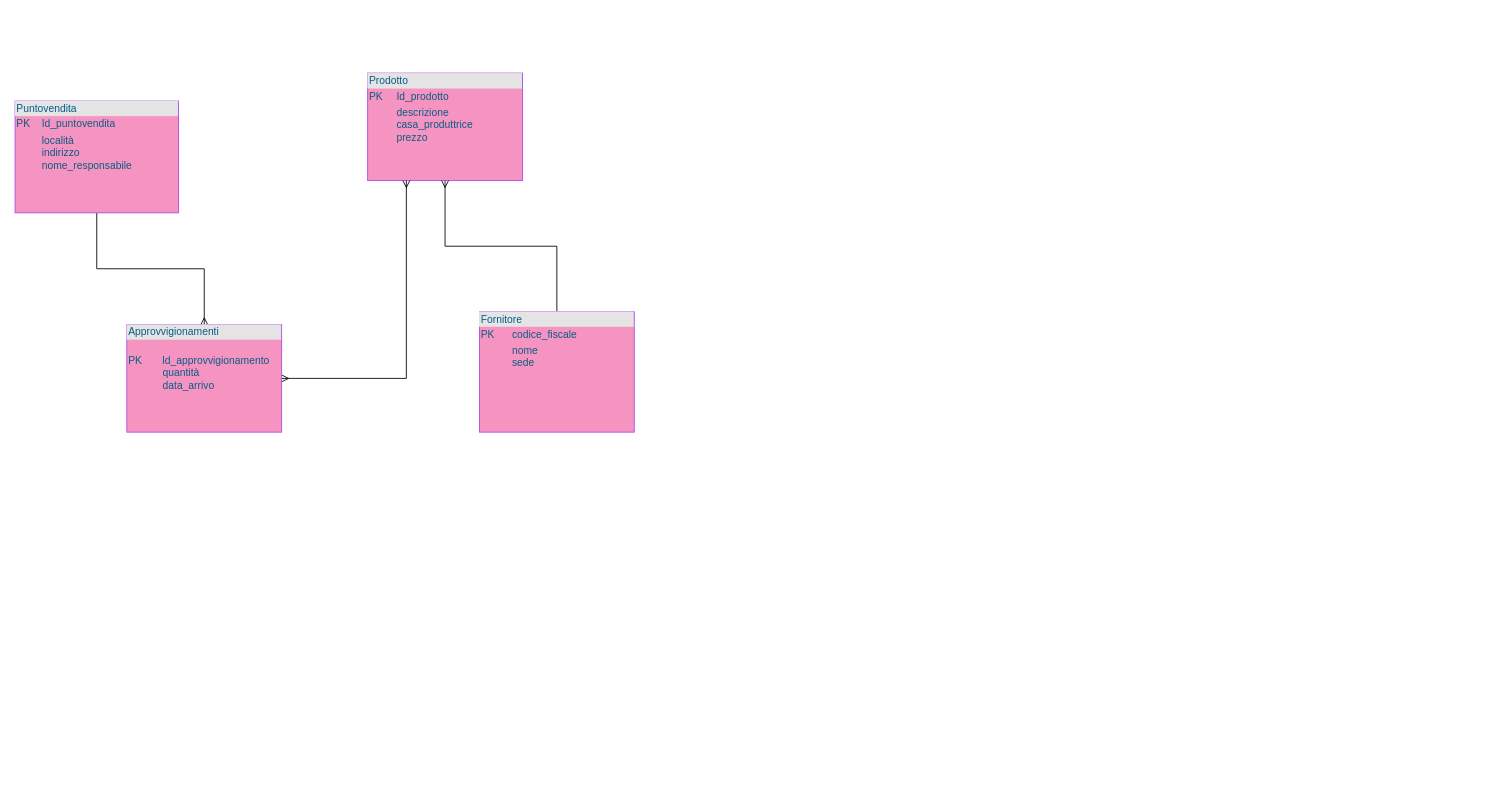
giadaventurini-pixel/vivailmelita keeps this draw.io diagram as supermercati.drawio. Above is the earlier version. Source tidied: cells renumbered, new cells numbered last; positions are measured from the earlier drawing's top-left corner, leaving out a move shared by most shapes. Both pictures are drawn from the tidied source at 86%, with x=0, y=0 at pixel (15, 73).
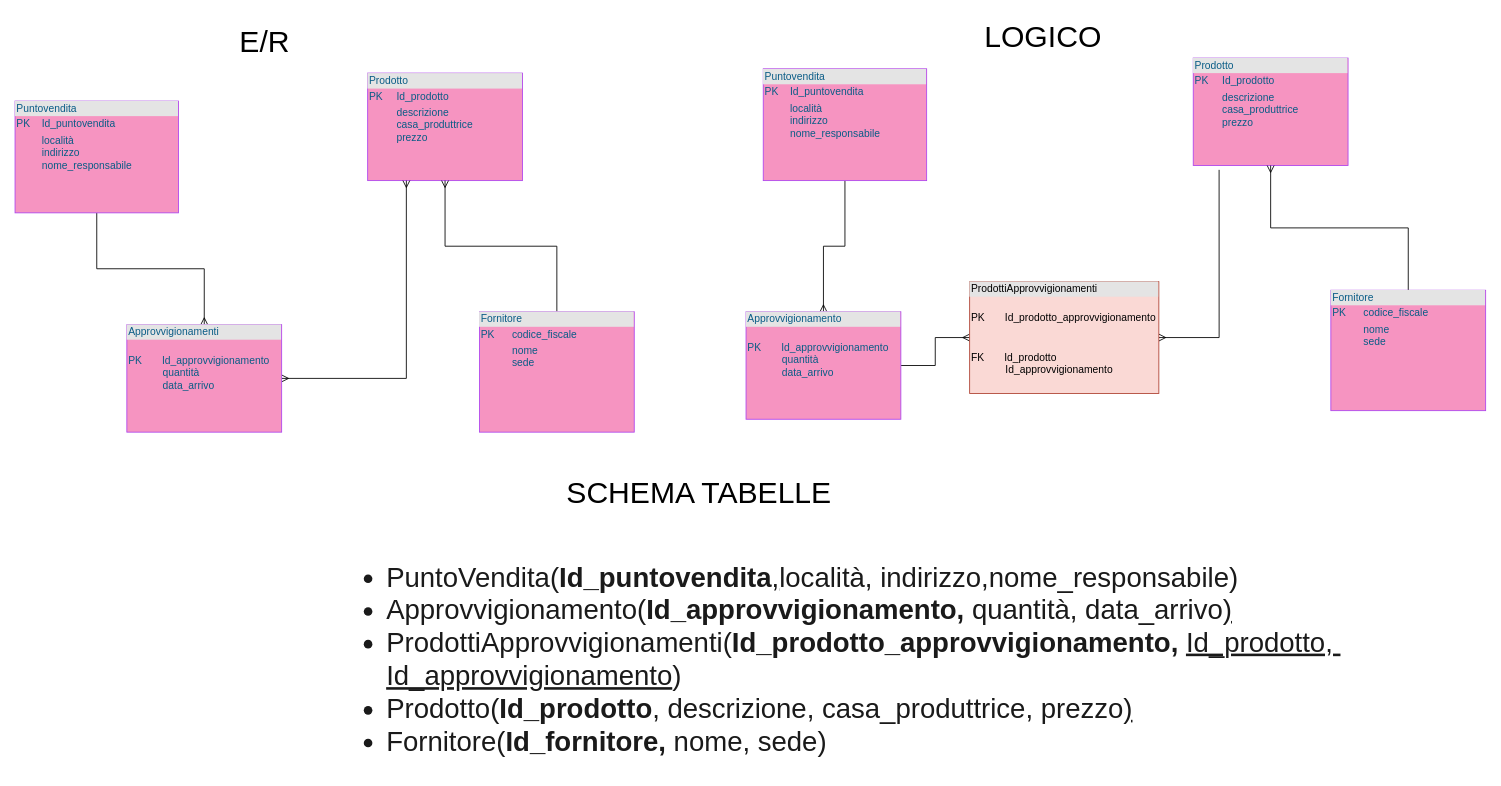
Above is the later version.

What changed in the source:
```diff
@@
+    <mxCell id="9" value="E/R" style="text;html=1;align=center;verticalAlign=middle;fontSize=35;" parent="1" vertex="1">
+      <mxGeometry x="255" y="-63" width="70" height="50" as="geometry" />
+    </mxCell>
+    <mxCell id="10" style="edgeStyle=orthogonalEdgeStyle;rounded=0;jettySize=auto;html=1;entryX=0.5;entryY=0;entryDx=0;entryDy=0;endArrow=ERmany;endFill=0;" parent="1" edge="1" source="11" target="16">
+      <mxGeometry relative="1" as="geometry" />
+    </mxCell>
+    <mxCell id="11" value="&lt;div style=&quot;box-sizing: border-box ; width: 100% ; background: #e4e4e4 ; padding: 2px&quot;&gt;Puntovendita&lt;/div&gt;&lt;table style=&quot;width: 100% ; font-size: 1em&quot; cellpadding=&quot;2&quot; cellspacing=&quot;0&quot;&gt;&lt;tbody&gt;&lt;tr&gt;&lt;td&gt;PK&lt;/td&gt;&lt;td&gt;Id_puntovendita&lt;br&gt;&lt;/td&gt;&lt;/tr&gt;&lt;tr&gt;&lt;td&gt;&lt;br&gt;&lt;/td&gt;&lt;td&gt;località&lt;br&gt;indirizzo&lt;br&gt;nome_responsabile&lt;br&gt;&lt;br&gt;&lt;br&gt;&lt;br&gt;&lt;br&gt;&lt;br&gt;&lt;br&gt;&lt;br&gt;&lt;/td&gt;&lt;/tr&gt;&lt;tr&gt;&lt;td&gt;&amp;nbsp;&lt;/td&gt;&lt;td&gt;&lt;br&gt;&lt;/td&gt;&lt;/tr&gt;&lt;/tbody&gt;&lt;/table&gt;" style="verticalAlign=top;align=left;overflow=fill;html=1;fillColor=#F694C1;strokeColor=#AF45ED;fontColor=#095C86;" parent="1" vertex="1">
+      <mxGeometry x="870" y="-5.5" width="190" height="130" as="geometry" />
+    </mxCell>
+    <mxCell id="12" value="&lt;div style=&quot;box-sizing: border-box ; width: 100% ; background: #e4e4e4 ; padding: 2px&quot;&gt;Prodotto&lt;/div&gt;&lt;table style=&quot;width: 100% ; font-size: 1em&quot; cellpadding=&quot;2&quot; cellspacing=&quot;0&quot;&gt;&lt;tbody&gt;&lt;tr&gt;&lt;td&gt;PK&lt;/td&gt;&lt;td&gt;Id_prodotto&lt;br&gt;&lt;/td&gt;&lt;/tr&gt;&lt;tr&gt;&lt;td&gt;&lt;br&gt;&lt;/td&gt;&lt;td&gt;descrizione&lt;br&gt;casa_produttrice&lt;br&gt;prezzo&lt;br&gt;&lt;br&gt;&lt;br&gt;&lt;/td&gt;&lt;/tr&gt;&lt;tr&gt;&lt;td&gt;&amp;nbsp;&lt;/td&gt;&lt;td&gt;&lt;br&gt;&lt;/td&gt;&lt;/tr&gt;&lt;/tbody&gt;&lt;/table&gt;" style="verticalAlign=top;align=left;overflow=fill;html=1;fillColor=#F694C1;strokeColor=#AF45ED;fontColor=#095C86;" parent="1" vertex="1">
+      <mxGeometry x="1370" y="-18" width="180" height="125" as="geometry" />
+    </mxCell>
+    <mxCell id="13" style="edgeStyle=orthogonalEdgeStyle;rounded=0;jettySize=auto;html=1;entryX=0.5;entryY=1;entryDx=0;entryDy=0;endArrow=ERmany;endFill=0;" parent="1" edge="1" source="14" target="12">
+      <mxGeometry relative="1" as="geometry" />
+    </mxCell>
+    <mxCell id="14" value="&lt;div style=&quot;box-sizing: border-box ; width: 100% ; background: #e4e4e4 ; padding: 2px&quot;&gt;Fornitore&lt;/div&gt;&lt;table style=&quot;width: 100% ; font-size: 1em&quot; cellpadding=&quot;2&quot; cellspacing=&quot;0&quot;&gt;&lt;tbody&gt;&lt;tr&gt;&lt;td&gt;PK&lt;/td&gt;&lt;td&gt;codice_fiscale&lt;br&gt;&lt;/td&gt;&lt;/tr&gt;&lt;tr&gt;&lt;td&gt;&lt;br&gt;&lt;/td&gt;&lt;td&gt;nome&lt;br&gt;sede&lt;br&gt;&lt;br&gt;&lt;br&gt;&lt;br&gt;&lt;/td&gt;&lt;/tr&gt;&lt;tr&gt;&lt;td&gt;&amp;nbsp;&lt;/td&gt;&lt;td&gt;&lt;br&gt;&lt;/td&gt;&lt;/tr&gt;&lt;/tbody&gt;&lt;/table&gt;" style="verticalAlign=top;align=left;overflow=fill;html=1;fillColor=#F694C1;strokeColor=#AF45ED;fontColor=#095C86;" parent="1" vertex="1">
+      <mxGeometry x="1530" y="252" width="180" height="140" as="geometry" />
+    </mxCell>
+    <mxCell id="15" style="edgeStyle=orthogonalEdgeStyle;rounded=0;jettySize=auto;html=1;entryX=0;entryY=0.5;entryDx=0;entryDy=0;startArrow=none;startFill=0;endArrow=ERmany;endFill=0;fontSize=35;" parent="1" edge="1" source="16" target="19">
+      <mxGeometry relative="1" as="geometry" />
+    </mxCell>
+    <mxCell id="16" value="&lt;div style=&quot;box-sizing: border-box ; width: 100% ; background: #e4e4e4 ; padding: 2px&quot;&gt;Approvvigionamento&lt;/div&gt;&lt;table style=&quot;width: 100% ; font-size: 1em&quot; cellpadding=&quot;2&quot; cellspacing=&quot;0&quot;&gt;&lt;tbody&gt;&lt;tr&gt;&lt;td&gt;&lt;br&gt;PK&amp;nbsp; &amp;nbsp; &amp;nbsp; &amp;nbsp;Id_approvvigionamento&lt;br&gt;&amp;nbsp; &amp;nbsp; &amp;nbsp; &amp;nbsp; &amp;nbsp; &amp;nbsp; quantità&lt;br&gt;&amp;nbsp; &amp;nbsp; &amp;nbsp; &amp;nbsp; &amp;nbsp; &amp;nbsp; data_arrivo&lt;/td&gt;&lt;td&gt;&lt;br&gt;&lt;/td&gt;&lt;/tr&gt;&lt;tr&gt;&lt;td&gt;&lt;br&gt;&lt;br&gt;&lt;/td&gt;&lt;td&gt;&lt;br&gt;&lt;br&gt;&lt;/td&gt;&lt;/tr&gt;&lt;tr&gt;&lt;td&gt;&amp;nbsp;&lt;/td&gt;&lt;td&gt;&lt;br&gt;&lt;/td&gt;&lt;/tr&gt;&lt;/tbody&gt;&lt;/table&gt;" style="verticalAlign=top;align=left;overflow=fill;html=1;fillColor=#F694C1;strokeColor=#AF45ED;fontColor=#095C86;" parent="1" vertex="1">
+      <mxGeometry x="850" y="277" width="180" height="125" as="geometry" />
+    </mxCell>
+    <mxCell id="17" value="LOGICO" style="text;html=1;align=center;verticalAlign=middle;fontSize=35;" parent="1" vertex="1">
+      <mxGeometry x="1120" y="-68" width="150" height="50" as="geometry" />
+    </mxCell>
+    <mxCell id="18" style="edgeStyle=orthogonalEdgeStyle;rounded=0;jettySize=auto;html=1;entryX=0.167;entryY=1.04;entryDx=0;entryDy=0;entryPerimeter=0;startArrow=ERmany;startFill=0;endArrow=none;endFill=0;fontSize=35;" parent="1" edge="1" source="19" target="12">
+      <mxGeometry relative="1" as="geometry" />
+    </mxCell>
+    <mxCell id="19" value="&lt;div style=&quot;box-sizing: border-box ; width: 100% ; background: #e4e4e4 ; padding: 2px&quot;&gt;ProdottiApprovvigionamenti&lt;/div&gt;&lt;table style=&quot;width: 100% ; font-size: 1em&quot; cellpadding=&quot;2&quot; cellspacing=&quot;0&quot;&gt;&lt;tbody&gt;&lt;tr&gt;&lt;td&gt;&lt;br&gt;PK&amp;nbsp; &amp;nbsp; &amp;nbsp; &amp;nbsp;Id_prodotto_approvvigionamento&lt;br&gt;&amp;nbsp; &amp;nbsp; &amp;nbsp; &amp;nbsp; &amp;nbsp; &amp;nbsp;&amp;nbsp;&lt;br&gt;&amp;nbsp; &amp;nbsp; &amp;nbsp;&amp;nbsp;&lt;/td&gt;&lt;td&gt;&lt;br&gt;&lt;/td&gt;&lt;/tr&gt;&lt;tr&gt;&lt;td&gt;FK&amp;nbsp; &amp;nbsp; &amp;nbsp; &amp;nbsp;Id_prodotto&lt;br&gt;&amp;nbsp; &amp;nbsp; &amp;nbsp; &amp;nbsp; &amp;nbsp; &amp;nbsp; Id_approvvigionamento&lt;br&gt;&lt;br&gt;&lt;/td&gt;&lt;td&gt;&lt;br&gt;&lt;br&gt;&lt;/td&gt;&lt;/tr&gt;&lt;tr&gt;&lt;td&gt;&amp;nbsp;&lt;/td&gt;&lt;td&gt;&lt;br&gt;&lt;/td&gt;&lt;/tr&gt;&lt;/tbody&gt;&lt;/table&gt;" style="verticalAlign=top;align=left;overflow=fill;html=1;fillColor=#fad9d5;strokeColor=#ae4132;" parent="1" vertex="1">
+      <mxGeometry x="1110" y="242" width="220" height="130" as="geometry" />
+    </mxCell>
+    <mxCell id="20" value="SCHEMA TABELLE" style="text;html=1;align=center;verticalAlign=middle;fontSize=35;" parent="1" vertex="1">
+      <mxGeometry x="635" y="462" width="320" height="50" as="geometry" />
+    </mxCell>
+    <mxCell id="21" value="&lt;ul style=&quot;font-size: 32px&quot;&gt;&lt;li style=&quot;font-size: 32px&quot;&gt;PuntoVendita(&lt;b&gt;Id_puntovendita&lt;/b&gt;&lt;u&gt;,&lt;/u&gt;località, indirizzo,nome_responsabile)&lt;/li&gt;&lt;li style=&quot;font-size: 32px&quot;&gt;Approvvigionamento(&lt;b&gt;Id_approvvigionamento, &lt;/b&gt;quantità, data_arrivo&lt;u&gt;)&lt;/u&gt;&lt;/li&gt;&lt;li style=&quot;font-size: 32px&quot;&gt;ProdottiApprovvigionamenti(&lt;b&gt;Id_prodotto_approvvigionamento,&lt;/b&gt; &lt;u&gt;Id_prodotto,&amp;nbsp; Id_approvvigionamento&lt;/u&gt;)&lt;/li&gt;&lt;li style=&quot;font-size: 32px&quot;&gt;Prodotto(&lt;b&gt;Id_prodotto&lt;/b&gt;&lt;u&gt;,&lt;/u&gt;&amp;nbsp;descrizione, casa_produttrice, prezzo&lt;u&gt;)&lt;/u&gt;&lt;/li&gt;&lt;li style=&quot;font-size: 32px&quot;&gt;Fornitore(&lt;b&gt;Id_fornitore, &lt;/b&gt;nome, sede)&lt;/li&gt;&lt;/ul&gt;" style="text;strokeColor=none;fillColor=none;html=1;whiteSpace=wrap;verticalAlign=middle;overflow=hidden;rounded=0;sketch=0;fontColor=#1A1A1A;fontSize=32;" parent="1" vertex="1">
+      <mxGeometry x="390" y="532" width="1320" height="280" as="geometry" />
+    </mxCell>
```
